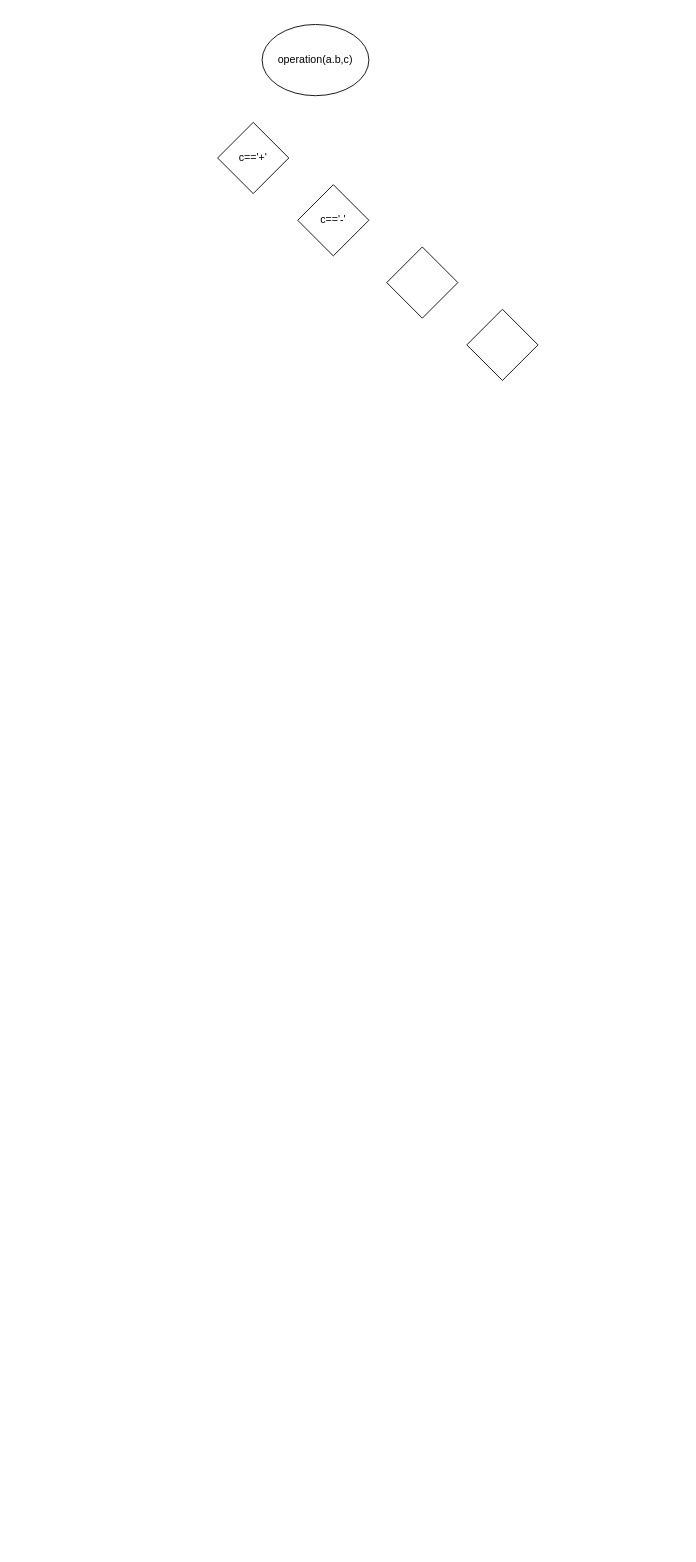
Earlier version of the draw.io diagram page "les2_task1" (1 of 4) of les2.drawio (vitdany/my_graph). Source tidied: cells renumbered, new cells numbered last; positions are measured from the earlier drawing's top-left corner, leaving out a move shared by most shapes. Both pictures are drawn from the tidied source at 89%, with x=0, y=0 at pixel (217, 24).
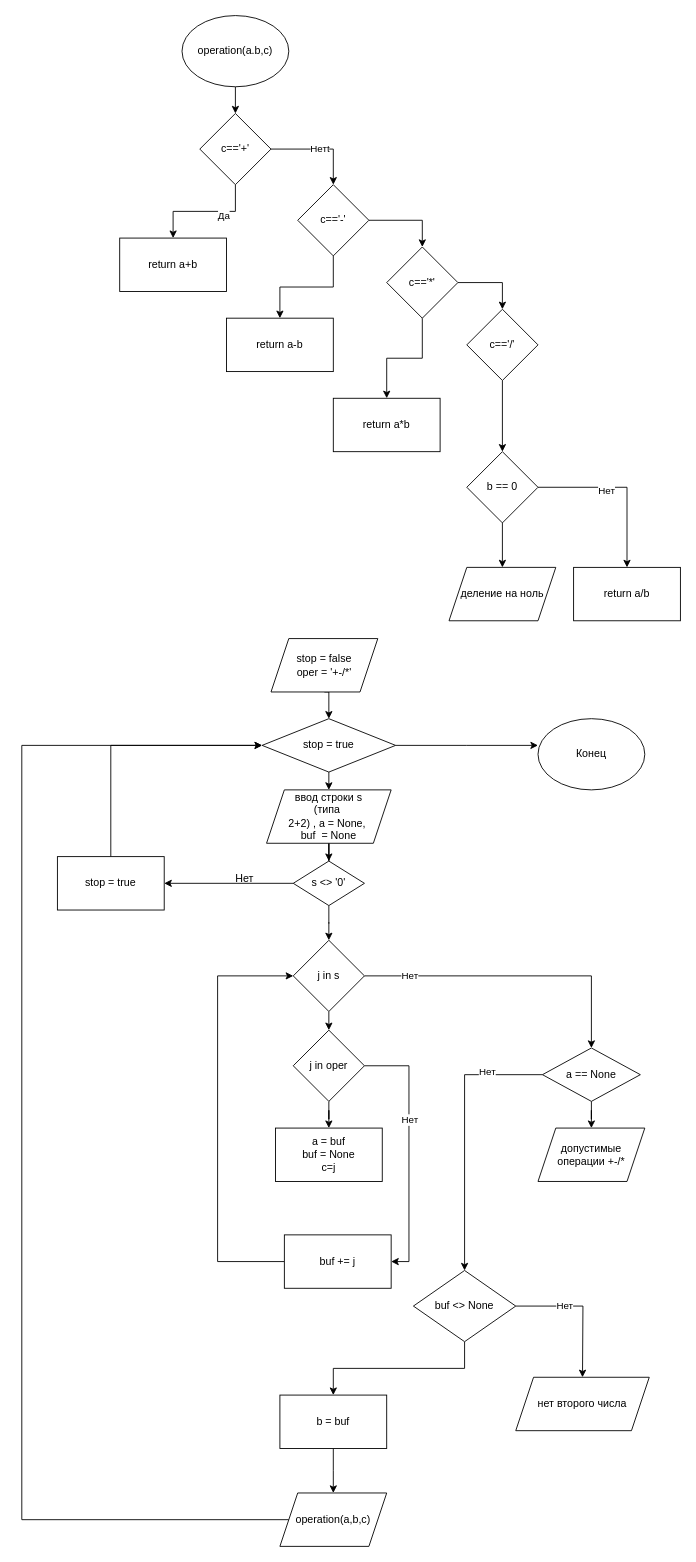
Above is the later version.

The change refers to these unchanged cells:
```xml
<mxCell id="4" value="c=='-'" style="rhombus;whiteSpace=wrap;html=1;" parent="1" vertex="1">
  <mxGeometry x="90" y="180" width="80" height="80" as="geometry" />
</mxCell>
```

Change to the diagram source:
```diff
@@
+    <mxCell id="7" style="edgeStyle=orthogonalEdgeStyle;rounded=0;jettySize=auto;html=1;exitX=0.5;exitY=1;exitDx=0;exitDy=0;entryX=0.5;entryY=0;entryDx=0;entryDy=0;" parent="1" edge="1" source="2" target="3">
+      <mxGeometry relative="1" as="geometry" />
+    </mxCell>
     <mxCell id="2" value="operation(a.b,c)" style="ellipse;whiteSpace=wrap;html=1;" parent="1" vertex="1">
-      <mxGeometry x="50" width="120" height="80" as="geometry" />
+      <mxGeometry x="-40" y="-10" width="120" height="80" as="geometry" />
     </mxCell>
+    <mxCell id="8" style="edgeStyle=orthogonalEdgeStyle;rounded=0;jettySize=auto;html=1;exitX=1;exitY=0.5;exitDx=0;exitDy=0;entryX=0.5;entryY=0;entryDx=0;entryDy=0;" parent="1" edge="1" source="3" target="4">
+      <mxGeometry relative="1" as="geometry" />
+    </mxCell>
+    <mxCell id="9" value="Нетt" style="edgeLabel;html=1;align=center;verticalAlign=middle;" parent="8" vertex="1">
+      <mxGeometry x="-0.01" y="1" relative="1" as="geometry" />
+    </mxCell>
+    <mxCell id="10" style="edgeStyle=orthogonalEdgeStyle;rounded=0;jettySize=auto;html=1;exitX=0.5;exitY=1;exitDx=0;exitDy=0;entryX=0.5;entryY=0;entryDx=0;entryDy=0;" parent="1" edge="1" source="3" target="21">
+      <mxGeometry relative="1" as="geometry" />
+    </mxCell>
+    <mxCell id="11" value="Да" style="edgeLabel;html=1;align=center;verticalAlign=middle;" parent="10" vertex="1">
+      <mxGeometry x="-0.54" y="-15" relative="1" as="geometry">
+        <mxPoint x="-14" y="19" as="offset" />
+      </mxGeometry>
+    </mxCell>
     <mxCell id="3" value="c=='+'" style="rhombus;whiteSpace=wrap;html=1;" parent="1" vertex="1">
-      <mxGeometry y="110" width="80" height="80" as="geometry" />
+      <mxGeometry x="-20" y="100" width="80" height="80" as="geometry" />
     </mxCell>
+    <mxCell id="12" style="edgeStyle=orthogonalEdgeStyle;rounded=0;jettySize=auto;html=1;exitX=0.5;exitY=1;exitDx=0;exitDy=0;" parent="1" edge="1" source="4" target="22">
+      <mxGeometry relative="1" as="geometry" />
+    </mxCell>
+    <mxCell id="13" style="edgeStyle=orthogonalEdgeStyle;rounded=0;jettySize=auto;html=1;exitX=1;exitY=0.5;exitDx=0;exitDy=0;entryX=0.5;entryY=0;entryDx=0;entryDy=0;" parent="1" edge="1" source="4" target="5">
+      <mxGeometry relative="1" as="geometry" />
+    </mxCell>
@@
+    <mxCell id="14" style="edgeStyle=orthogonalEdgeStyle;rounded=0;jettySize=auto;html=1;exitX=0.5;exitY=1;exitDx=0;exitDy=0;" parent="1" edge="1" source="5" target="23">
+      <mxGeometry relative="1" as="geometry" />
+    </mxCell>
+    <mxCell id="15" style="edgeStyle=orthogonalEdgeStyle;rounded=0;jettySize=auto;html=1;exitX=1;exitY=0.5;exitDx=0;exitDy=0;entryX=0.5;entryY=0;entryDx=0;entryDy=0;" parent="1" edge="1" source="5" target="6">
+      <mxGeometry relative="1" as="geometry" />
+    </mxCell>
-    <mxCell id="5" style="rhombus;whiteSpace=wrap;html=1;" parent="1" vertex="1">
+    <mxCell id="5" value="c=='*'" style="rhombus;whiteSpace=wrap;html=1;" parent="1" vertex="1">
       <mxGeometry x="190" y="250" width="80" height="80" as="geometry" />
     </mxCell>
+    <mxCell id="16" style="edgeStyle=orthogonalEdgeStyle;rounded=0;jettySize=auto;html=1;exitX=0.5;exitY=1;exitDx=0;exitDy=0;entryX=0.5;entryY=0;entryDx=0;entryDy=0;" parent="1" edge="1" source="6" target="20">
+      <mxGeometry relative="1" as="geometry" />
+    </mxCell>
-    <mxCell id="6" style="rhombus;whiteSpace=wrap;html=1;" parent="1" vertex="1">
+    <mxCell id="6" value="c=='/'" style="rhombus;whiteSpace=wrap;html=1;" parent="1" vertex="1">
       <mxGeometry x="280" y="320" width="80" height="80" as="geometry" />
     </mxCell>
+    <mxCell id="17" style="edgeStyle=orthogonalEdgeStyle;rounded=0;jettySize=auto;html=1;exitX=1;exitY=0.5;exitDx=0;exitDy=0;" parent="1" edge="1" source="20" target="24">
+      <mxGeometry relative="1" as="geometry" />
+    </mxCell>
+    <mxCell id="18" value="Нет" style="edgeLabel;html=1;align=center;verticalAlign=middle;" parent="17" vertex="1">
+      <mxGeometry x="-0.2" y="-3" relative="1" as="geometry" />
+    </mxCell>
+    <mxCell id="19" style="edgeStyle=orthogonalEdgeStyle;rounded=0;jettySize=auto;html=1;exitX=0.5;exitY=1;exitDx=0;exitDy=0;" parent="1" edge="1" source="20" target="25">
+      <mxGeometry relative="1" as="geometry" />
+    </mxCell>
+    <mxCell id="20" value="b == 0" style="rhombus;whiteSpace=wrap;html=1;" parent="1" vertex="1">
+      <mxGeometry x="280" y="480" width="80" height="80" as="geometry" />
+    </mxCell>
+    <mxCell id="21" value="return a+b" style="rounded=0;whiteSpace=wrap;html=1;" parent="1" vertex="1">
+      <mxGeometry x="-110" y="240" width="120" height="60" as="geometry" />
+    </mxCell>
+    <mxCell id="22" value="&lt;span&gt;return a-b&lt;/span&gt;" style="rounded=0;whiteSpace=wrap;html=1;" parent="1" vertex="1">
+      <mxGeometry x="10" y="330" width="120" height="60" as="geometry" />
+    </mxCell>
+    <mxCell id="23" value="&lt;span&gt;return a*b&lt;/span&gt;" style="rounded=0;whiteSpace=wrap;html=1;" parent="1" vertex="1">
+      <mxGeometry x="130" y="420" width="120" height="60" as="geometry" />
+    </mxCell>
+    <mxCell id="24" value="&lt;span&gt;return a/b&lt;/span&gt;" style="rounded=0;whiteSpace=wrap;html=1;" parent="1" vertex="1">
+      <mxGeometry x="400" y="610" width="120" height="60" as="geometry" />
+    </mxCell>
+    <mxCell id="25" value="деление на ноль" style="shape=parallelogram;perimeter=parallelogramPerimeter;whiteSpace=wrap;html=1;fixedSize=1;" parent="1" vertex="1">
+      <mxGeometry x="260" y="610" width="120" height="60" as="geometry" />
+    </mxCell>
+    <mxCell id="26" style="edgeStyle=orthogonalEdgeStyle;rounded=0;jettySize=auto;html=1;exitX=0.5;exitY=1;exitDx=0;exitDy=0;entryX=0.5;entryY=0;entryDx=0;entryDy=0;" parent="1" edge="1" source="28" target="36">
+      <mxGeometry relative="1" as="geometry" />
+    </mxCell>
+    <mxCell id="27" style="edgeStyle=orthogonalEdgeStyle;rounded=0;jettySize=auto;html=1;exitX=1;exitY=0.5;exitDx=0;exitDy=0;" parent="1" edge="1" source="28">
+      <mxGeometry relative="1" as="geometry">
+        <mxPoint x="360" y="810" as="targetPoint" />
+      </mxGeometry>
+    </mxCell>
+    <mxCell id="28" value="stop = true" style="rhombus;whiteSpace=wrap;html=1;" parent="1" vertex="1">
+      <mxGeometry x="50" y="780" width="150" height="60" as="geometry" />
+    </mxCell>
+    <mxCell id="29" style="edgeStyle=orthogonalEdgeStyle;rounded=0;jettySize=auto;html=1;exitX=0.5;exitY=1;exitDx=0;exitDy=0;entryX=0.5;entryY=0;entryDx=0;entryDy=0;" parent="1" edge="1" source="30" target="28">
+      <mxGeometry relative="1" as="geometry" />
+    </mxCell>
+    <mxCell id="30" value="stop = false&lt;br&gt;oper = '+-/*'" style="shape=parallelogram;perimeter=parallelogramPerimeter;whiteSpace=wrap;html=1;fixedSize=1;" parent="1" vertex="1">
+      <mxGeometry x="60" y="690" width="120" height="60" as="geometry" />
+    </mxCell>
+    <mxCell id="31" style="edgeStyle=orthogonalEdgeStyle;rounded=0;jettySize=auto;html=1;exitX=0.5;exitY=1;exitDx=0;exitDy=0;entryX=0.5;entryY=0;entryDx=0;entryDy=0;" parent="1" edge="1" source="34" target="40">
+      <mxGeometry relative="1" as="geometry" />
+    </mxCell>
+    <mxCell id="32" style="edgeStyle=orthogonalEdgeStyle;rounded=0;jettySize=auto;html=1;exitX=1;exitY=0.5;exitDx=0;exitDy=0;entryX=0.5;entryY=0;entryDx=0;entryDy=0;" parent="1" edge="1" source="34" target="65">
+      <mxGeometry relative="1" as="geometry">
+        <Array as="points">
+          <mxPoint x="420" y="1069" />
+        </Array>
+      </mxGeometry>
+    </mxCell>
+    <mxCell id="33" value="Нет" style="edgeLabel;html=1;align=center;verticalAlign=middle;" parent="32" vertex="1">
+      <mxGeometry x="-0.7" y="1" relative="1" as="geometry" />
+    </mxCell>
+    <mxCell id="34" value="j in s" style="rhombus;whiteSpace=wrap;html=1;" parent="1" vertex="1">
+      <mxGeometry x="85" y="1029" width="80" height="80" as="geometry" />
+    </mxCell>
+    <mxCell id="35" style="edgeStyle=orthogonalEdgeStyle;rounded=0;jettySize=auto;html=1;exitX=0.5;exitY=1;exitDx=0;exitDy=0;" parent="1" edge="1" source="36" target="47">
+      <mxGeometry relative="1" as="geometry" />
+    </mxCell>
+    <mxCell id="36" value="ввод строки s &lt;br&gt;(типа&amp;nbsp;&lt;br&gt;2+2) , a = None,&amp;nbsp;&lt;br&gt;buf&amp;nbsp; = None" style="shape=parallelogram;perimeter=parallelogramPerimeter;whiteSpace=wrap;html=1;fixedSize=1;" parent="1" vertex="1">
+      <mxGeometry x="55" y="860" width="140" height="60" as="geometry" />
+    </mxCell>
+    <mxCell id="37" style="edgeStyle=orthogonalEdgeStyle;rounded=0;jettySize=auto;html=1;exitX=0.5;exitY=1;exitDx=0;exitDy=0;" parent="1" edge="1" source="40" target="41">
+      <mxGeometry relative="1" as="geometry" />
+    </mxCell>
+    <mxCell id="38" style="edgeStyle=orthogonalEdgeStyle;rounded=0;jettySize=auto;html=1;exitX=1;exitY=0.5;exitDx=0;exitDy=0;entryX=1;entryY=0.5;entryDx=0;entryDy=0;" parent="1" edge="1" source="40" target="43">
+      <mxGeometry relative="1" as="geometry" />
+    </mxCell>
+    <mxCell id="39" value="Нет" style="edgeLabel;html=1;align=center;verticalAlign=middle;" parent="38" vertex="1">
+      <mxGeometry x="-0.24" relative="1" as="geometry" />
+    </mxCell>
+    <mxCell id="40" value="j in oper" style="rhombus;whiteSpace=wrap;html=1;" parent="1" vertex="1">
+      <mxGeometry x="85" y="1130" width="80" height="80" as="geometry" />
+    </mxCell>
+    <mxCell id="41" value="a = buf&lt;br&gt;buf = None&lt;br&gt;c=j&lt;br&gt;" style="rounded=0;whiteSpace=wrap;html=1;" parent="1" vertex="1">
+      <mxGeometry x="65" y="1240" width="120" height="60" as="geometry" />
+    </mxCell>
+    <mxCell id="42" style="edgeStyle=orthogonalEdgeStyle;rounded=0;jettySize=auto;html=1;exitX=0;exitY=0.5;exitDx=0;exitDy=0;entryX=0;entryY=0.5;entryDx=0;entryDy=0;" parent="1" edge="1" source="43" target="34">
+      <mxGeometry relative="1" as="geometry">
+        <Array as="points">
+          <mxPoint y="1390" />
+          <mxPoint y="1069" />
+        </Array>
+      </mxGeometry>
+    </mxCell>
+    <mxCell id="43" value="buf += j" style="rounded=0;whiteSpace=wrap;html=1;" parent="1" vertex="1">
+      <mxGeometry x="75" y="1360" width="120" height="60" as="geometry" />
+    </mxCell>
+    <mxCell id="44" style="edgeStyle=orthogonalEdgeStyle;rounded=0;orthogonalLoop=1;jettySize=auto;html=1;exitX=0.5;exitY=1;exitDx=0;exitDy=0;" parent="1" edge="1" source="28" target="28">
+      <mxGeometry relative="1" as="geometry" />
+    </mxCell>
+    <mxCell id="45" style="edgeStyle=orthogonalEdgeStyle;rounded=0;jettySize=auto;html=1;" parent="1" edge="1" source="47" target="34">
+      <mxGeometry relative="1" as="geometry" />
+    </mxCell>
+    <mxCell id="46" style="edgeStyle=orthogonalEdgeStyle;rounded=0;jettySize=auto;html=1;exitX=0;exitY=0.5;exitDx=0;exitDy=0;" parent="1" edge="1" source="47" target="49">
+      <mxGeometry relative="1" as="geometry" />
+    </mxCell>
+    <mxCell id="47" value="s &amp;lt;&amp;gt; '0'" style="rhombus;whiteSpace=wrap;html=1;" parent="1" vertex="1">
+      <mxGeometry x="85" y="940" width="80" height="50" as="geometry" />
+    </mxCell>
+    <mxCell id="48" style="edgeStyle=orthogonalEdgeStyle;rounded=0;jettySize=auto;html=1;exitX=0.5;exitY=0;exitDx=0;exitDy=0;entryX=0;entryY=0.5;entryDx=0;entryDy=0;" parent="1" edge="1" source="49" target="28">
+      <mxGeometry relative="1" as="geometry" />
+    </mxCell>
+    <mxCell id="49" value="stop = true" style="rounded=0;whiteSpace=wrap;html=1;" parent="1" vertex="1">
+      <mxGeometry x="-180" y="935" width="120" height="60" as="geometry" />
+    </mxCell>
+    <mxCell id="50" value="Нет" style="text;html=1;align=center;verticalAlign=middle;" parent="1" vertex="1">
+      <mxGeometry x="10" y="950" width="40" height="20" as="geometry" />
+    </mxCell>
+    <mxCell id="51" value="Конец" style="ellipse;whiteSpace=wrap;html=1;" parent="1" vertex="1">
+      <mxGeometry x="360" y="780" width="120" height="80" as="geometry" />
+    </mxCell>
+    <mxCell id="52" style="edgeStyle=orthogonalEdgeStyle;rounded=0;jettySize=auto;html=1;exitX=0.5;exitY=1;exitDx=0;exitDy=0;entryX=0.5;entryY=0;entryDx=0;entryDy=0;" parent="1" edge="1" source="55" target="57">
+      <mxGeometry relative="1" as="geometry" />
+    </mxCell>
+    <mxCell id="53" style="edgeStyle=orthogonalEdgeStyle;rounded=0;jettySize=auto;html=1;" parent="1" edge="1" source="55">
+      <mxGeometry relative="1" as="geometry">
+        <mxPoint x="410" y="1520" as="targetPoint" />
+      </mxGeometry>
+    </mxCell>
+    <mxCell id="54" value="Нет" style="edgeLabel;html=1;align=center;verticalAlign=middle;" parent="53" vertex="1">
+      <mxGeometry x="-0.31" y="1" relative="1" as="geometry" />
+    </mxCell>
+    <mxCell id="55" value="buf &amp;lt;&amp;gt; None" style="rhombus;whiteSpace=wrap;html=1;" parent="1" vertex="1">
+      <mxGeometry x="220" y="1400" width="115" height="80" as="geometry" />
+    </mxCell>
+    <mxCell id="56" style="edgeStyle=orthogonalEdgeStyle;rounded=0;jettySize=auto;html=1;exitX=0.5;exitY=1;exitDx=0;exitDy=0;entryX=0.5;entryY=0;entryDx=0;entryDy=0;" parent="1" edge="1" source="57">
+      <mxGeometry relative="1" as="geometry">
+        <mxPoint x="130" y="1650" as="targetPoint" />
+      </mxGeometry>
+    </mxCell>
+    <mxCell id="57" value="b = buf" style="rounded=0;whiteSpace=wrap;html=1;" parent="1" vertex="1">
+      <mxGeometry x="70" y="1540" width="120" height="60" as="geometry" />
+    </mxCell>
+    <mxCell id="58" value="нет второго числа" style="shape=parallelogram;perimeter=parallelogramPerimeter;whiteSpace=wrap;html=1;fixedSize=1;" parent="1" vertex="1">
+      <mxGeometry x="335" y="1520" width="150" height="60" as="geometry" />
+    </mxCell>
+    <mxCell id="59" style="edgeStyle=orthogonalEdgeStyle;rounded=0;jettySize=auto;html=1;entryX=0;entryY=0.5;entryDx=0;entryDy=0;" parent="1" edge="1" source="60" target="28">
+      <mxGeometry relative="1" as="geometry">
+        <Array as="points">
+          <mxPoint x="-220" y="1680" />
+          <mxPoint x="-220" y="810" />
+        </Array>
+      </mxGeometry>
+    </mxCell>
+    <mxCell id="60" value="&lt;span&gt;operation(a,b,c)&lt;/span&gt;" style="shape=parallelogram;perimeter=parallelogramPerimeter;whiteSpace=wrap;html=1;fixedSize=1;" parent="1" vertex="1">
+      <mxGeometry x="70" y="1650" width="120" height="60" as="geometry" />
+    </mxCell>
+    <mxCell id="61" value="допустимые операции +-/*" style="shape=parallelogram;perimeter=parallelogramPerimeter;whiteSpace=wrap;html=1;fixedSize=1;" parent="1" vertex="1">
+      <mxGeometry x="360" y="1240" width="120" height="60" as="geometry" />
+    </mxCell>
+    <mxCell id="62" style="edgeStyle=orthogonalEdgeStyle;rounded=0;jettySize=auto;html=1;entryX=0.5;entryY=0;entryDx=0;entryDy=0;" parent="1" edge="1" source="65" target="61">
+      <mxGeometry relative="1" as="geometry" />
+    </mxCell>
+    <mxCell id="63" style="edgeStyle=orthogonalEdgeStyle;rounded=0;jettySize=auto;html=1;exitX=0;exitY=0.5;exitDx=0;exitDy=0;" parent="1" edge="1" source="65" target="55">
+      <mxGeometry relative="1" as="geometry" />
+    </mxCell>
+    <mxCell id="64" value="Нет" style="edgeLabel;html=1;align=center;verticalAlign=middle;" parent="63" vertex="1">
+      <mxGeometry x="-0.59" y="-4" relative="1" as="geometry" />
+    </mxCell>
+    <mxCell id="65" value="a == None" style="rhombus;whiteSpace=wrap;html=1;" parent="1" vertex="1">
+      <mxGeometry x="365" y="1150" width="110" height="60" as="geometry" />
+    </mxCell>
```
